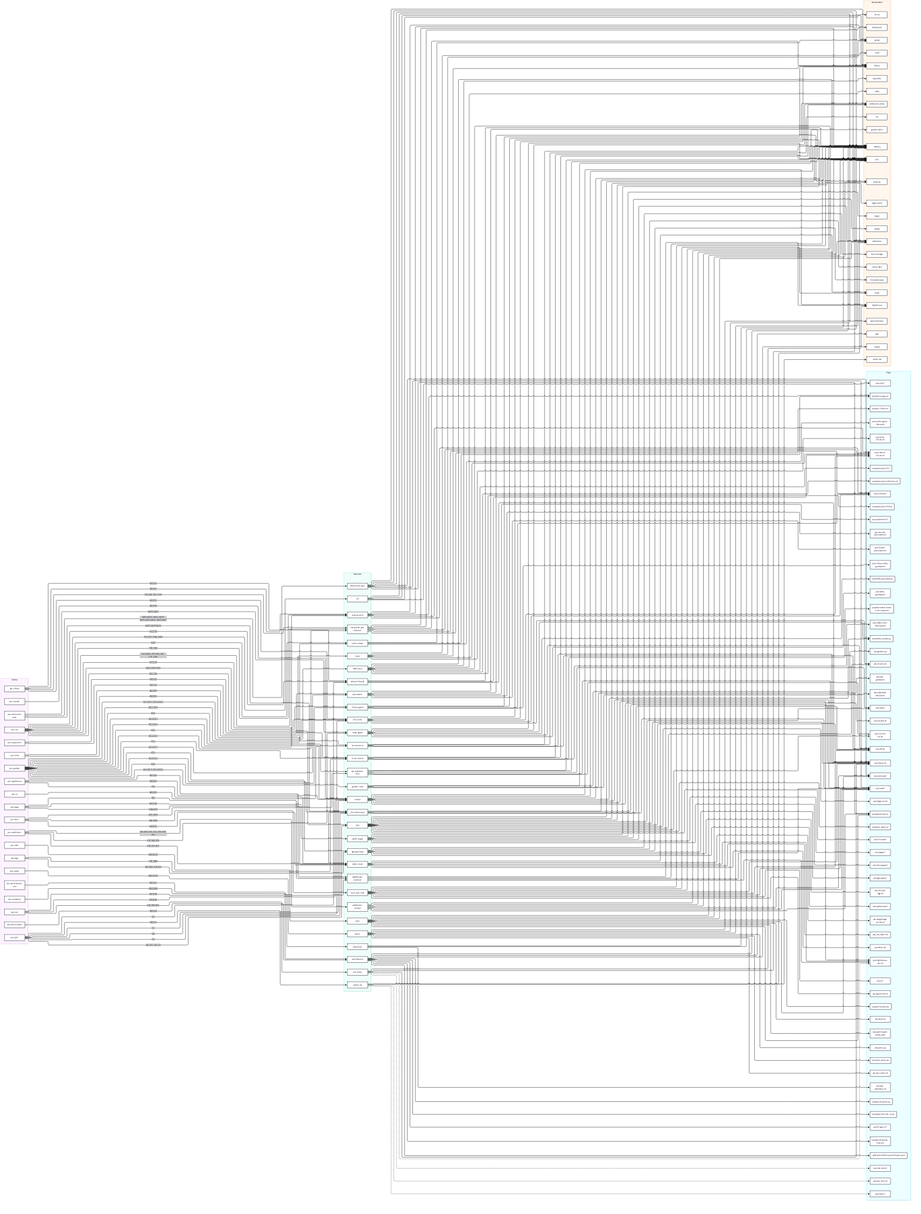
Above: docs/diagrams/features.png in villadalmine/k8s-lan-party (Mermaid), before the change. Its source is kept beside it as docs/diagrams/features.mmd.
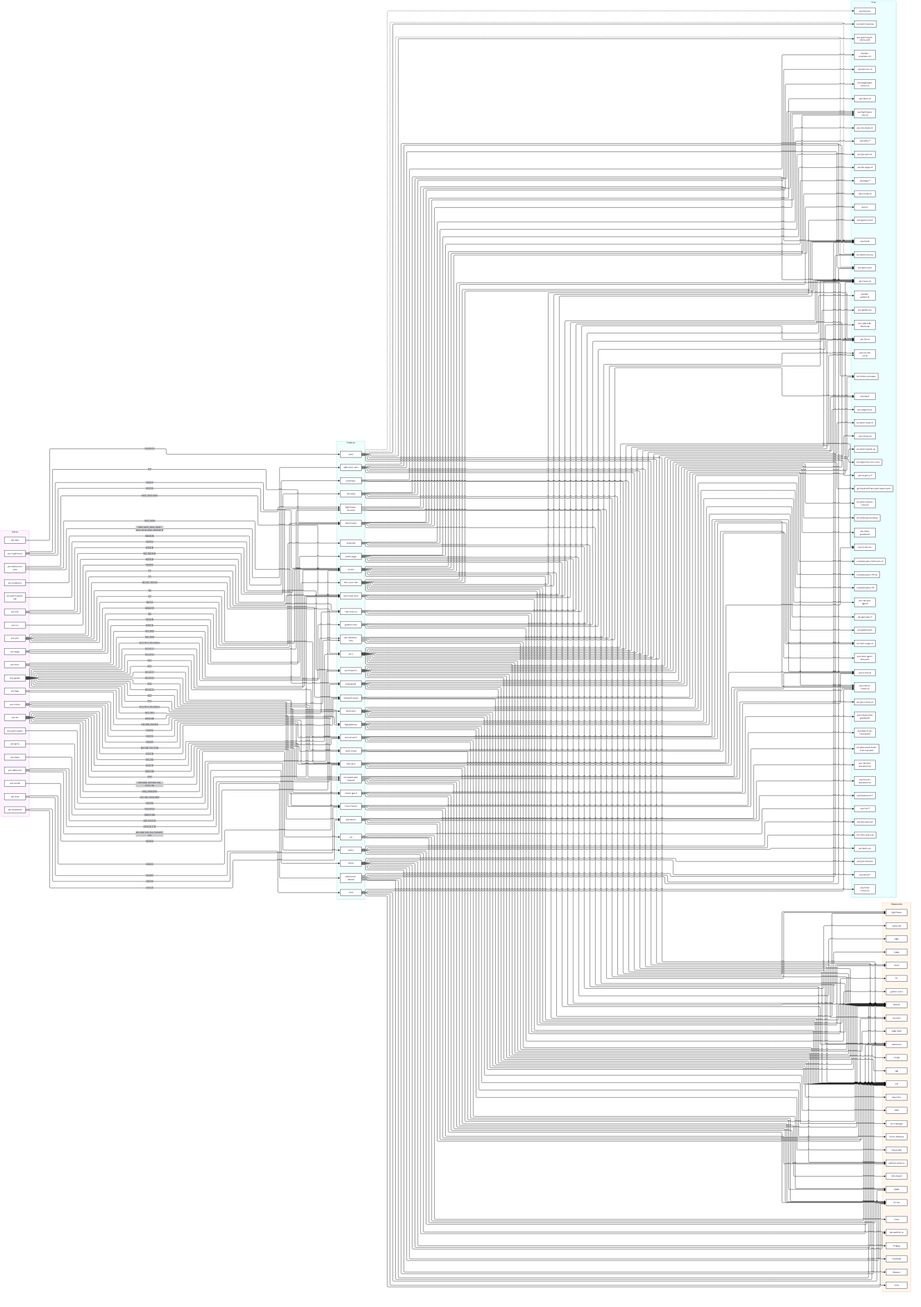
The same diagram one commit later.

The edit, as a diff of the source:
```diff
@@ -10,6 +10,7 @@
     s_poc_admission_auto["poc-admission-auto"]
     s_poc_pool["poc-pool"]
     s_poc_party["poc-party"]
+    s_poc_doom["poc-doom"]
     s_poc_page["poc-page"]
     s_poc_lighthouse["poc-lighthouse"]
     s_poc_nat["poc-nat"]
@@ -34,6 +35,7 @@
     f_admission_auto["admission-auto"]
     f_pool["pool"]
     f_party["party"]
+    f_doom["doom"]
     f_public_page["public-page"]
     f_lighthouse_external["lighthouse-external"]
     f_revoke["revoke"]
@@ -65,6 +67,9 @@
     c_admission["admission"]
     c_Kyverno["Kyverno"]
     c_NetworkPolicy["NetworkPolicy"]
+    c_Odamex["Odamex"]
+    c_Freedoom["Freedoom"]
+    c_ffmpeg["ffmpeg"]
     c_page["page"]
     c_Caddy["Caddy"]
     c_lighthouse["lighthouse"]
@@ -109,6 +114,8 @@
     p_poc_party_py["poc/party.py"]
     p_poc_test_party_py["poc/test_party.py"]
     p_poc_poc_party_sh["poc/poc-party.sh"]
+    p_poc_doom__["poc/doom/*"]
+    p_poc_poc_doom_sh["poc/poc-doom.sh"]
     p_poc_page__["poc/page/*"]
     p_poc_poc_page_sh["poc/poc-page.sh"]
     p_poc_lighthouse_vps_sh["poc/lighthouse-vps.sh"]
@@ -239,6 +246,15 @@
   f_party -.-> p_poc_party_py
   f_party -.-> p_poc_test_party_py
   f_party -.-> p_poc_poc_party_sh
+  s_poc_doom -->|"DM01-DM16"| f_doom
+  f_doom --> c_k3s
+  f_doom --> c_Cilium
+  f_doom --> c_NetworkPolicy
+  f_doom --> c_Odamex
+  f_doom --> c_Freedoom
+  f_doom --> c_ffmpeg
+  f_doom -.-> p_poc_doom__
+  f_doom -.-> p_poc_poc_doom_sh
   s_poc_page -->|"G01-G26"| f_public_page
   f_public_page --> c_page
   f_public_page --> c_Caddy
```
